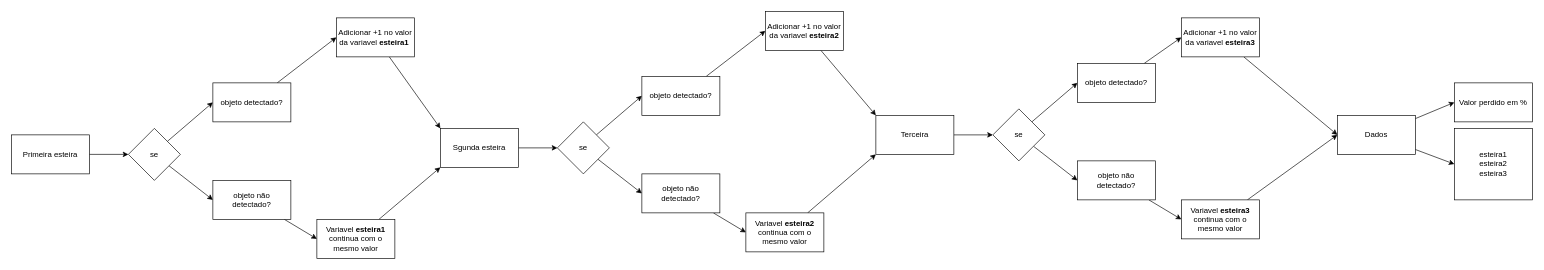
othonkayque/controle-de-producao keeps this draw.io diagram as flux.drawio. Above is the earlier version. Source tidied: cells renumbered, new cells numbered last; positions are measured from the earlier drawing's top-left corner, leaving out a move shared by most shapes. Both pictures are drawn from the tidied source at 65%, with x=0, y=0 at pixel (11, 11).
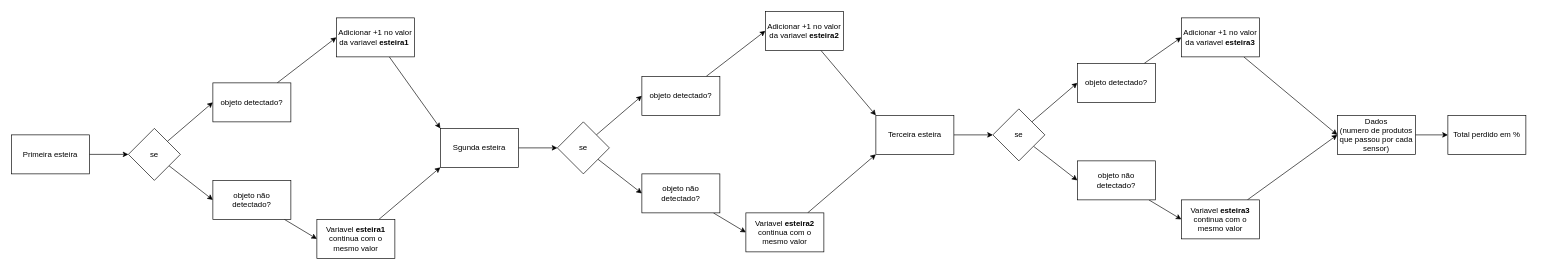
The same diagram, later.

The edit, as a diff of the source:
```diff
@@
-    <mxCell id="29" value="Terceira" style="whiteSpace=wrap;html=1;" parent="1" vertex="1">
+    <mxCell id="29" value="Terceira esteira" style="whiteSpace=wrap;html=1;" parent="1" vertex="1">
       <mxGeometry x="1330" y="160" width="120" height="60" as="geometry" />
     </mxCell>
@@
-    <mxCell id="41" style="edgeStyle=none;html=1;entryX=0;entryY=0.5;entryDx=0;entryDy=0;" parent="1" edge="1" source="43" target="44">
-      <mxGeometry relative="1" as="geometry" />
-    </mxCell>
@@
-    <mxCell id="43" value="Dados" style="whiteSpace=wrap;html=1;" parent="1" vertex="1">
+    <mxCell id="43" value="Dados&lt;div&gt;(numero de produtos que passou por cada sensor)&lt;/div&gt;" style="whiteSpace=wrap;html=1;" parent="1" vertex="1">
       <mxGeometry x="2040" y="160" width="120" height="60" as="geometry" />
     </mxCell>
-    <mxCell id="44" value="esteira1&lt;div&gt;esteira2&lt;/div&gt;&lt;div&gt;esteira3&lt;/div&gt;" style="whiteSpace=wrap;html=1;" parent="1" vertex="1">
-      <mxGeometry x="2220" y="180" width="120" height="110" as="geometry" />
-    </mxCell>
-    <mxCell id="45" value="Valor perdido em %" style="whiteSpace=wrap;html=1;" parent="1" vertex="1">
-      <mxGeometry x="2220" y="110" width="120" height="60" as="geometry" />
+    <mxCell id="45" value="Total perdido em %" style="whiteSpace=wrap;html=1;" parent="1" vertex="1">
+      <mxGeometry x="2210" y="160" width="120" height="60" as="geometry" />
     </mxCell>
```
